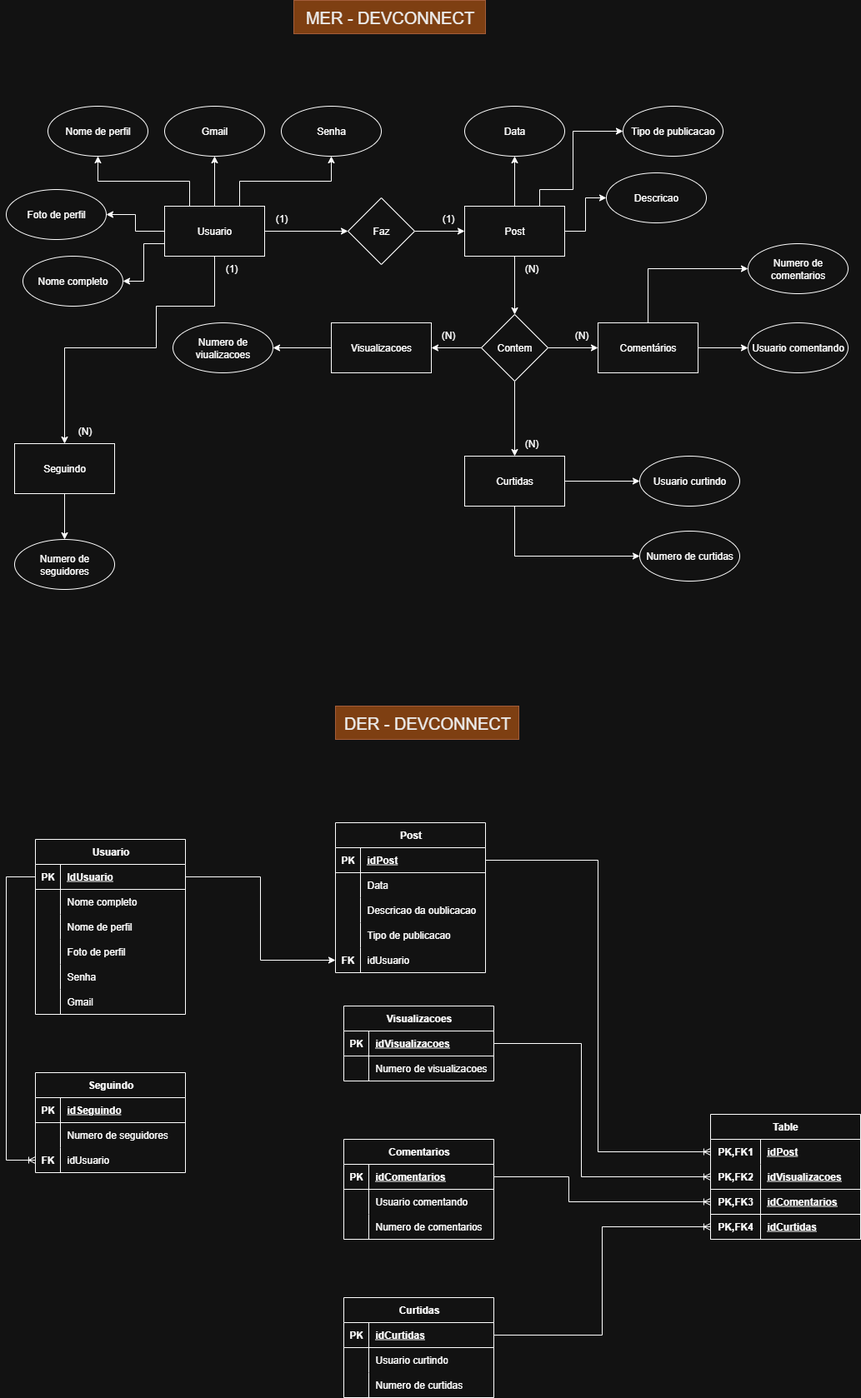
This is DER-ESCOLA-MOURA-Página-11.drawio.png from Joao-Santos-F/Banco_de-Dados-M, a draw.io export, as it was before one commit. Source tidied: cells renumbered, new cells last; positions are measured from the earlier drawing's top-left corner, leaving out a move shared by most shapes.
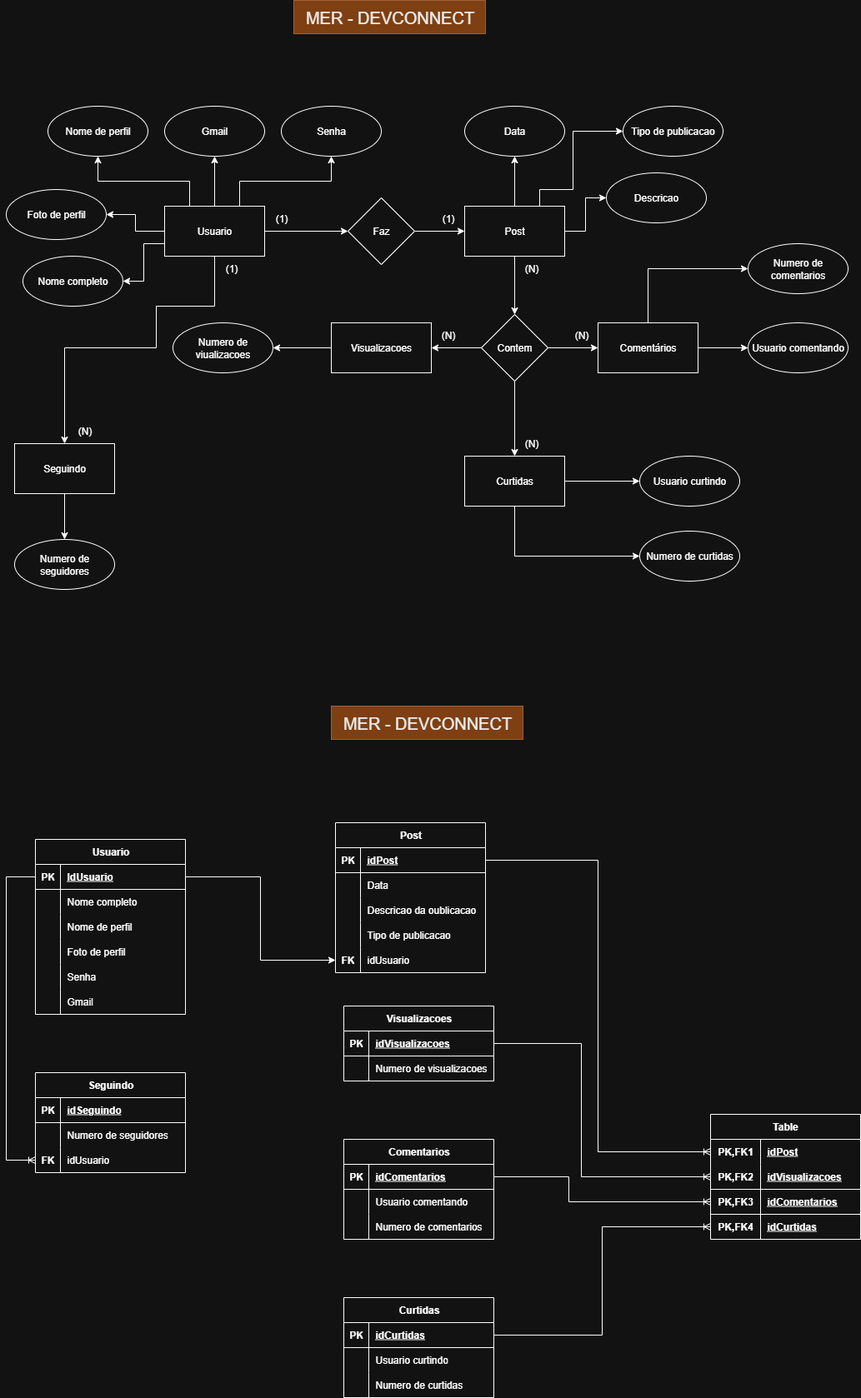
After the commit.

Commit message:
Feito a atividade do DevConnect 19/09

Diff of the diagram source:
```diff
@@ -156,8 +156,8 @@
     <mxCell id="48" value="MER - DEVCONNECT" style="text;html=1;align=center;verticalAlign=middle;strokeColor=#C73500;fillColor=#fa6800;fontColor=#000000;opacity=50;fontSize=20;" parent="1" vertex="1">
       <mxGeometry x="345" width="230" height="40" as="geometry" />
     </mxCell>
-    <mxCell id="49" value="DER - DEVCONNECT" style="text;html=1;align=center;verticalAlign=middle;strokeColor=#C73500;fillColor=#fa6800;fontColor=#000000;opacity=50;fontSize=20;" parent="1" vertex="1">
-      <mxGeometry x="395" y="847" width="220" height="40" as="geometry" />
+    <mxCell id="49" value="MER - DEVCONNECT" style="text;html=1;align=center;verticalAlign=middle;strokeColor=#C73500;fillColor=#fa6800;fontColor=#000000;opacity=50;fontSize=20;" parent="1" vertex="1">
+      <mxGeometry x="390" y="847" width="230" height="40" as="geometry" />
     </mxCell>
     <mxCell id="50" value="Usuario" style="shape=table;startSize=30;rowLines=0;fontStyle=1;align=center;html=1;" parent="1" vertex="1">
       <mxGeometry x="35" y="1007" width="180" height="210" as="geometry" />
```
